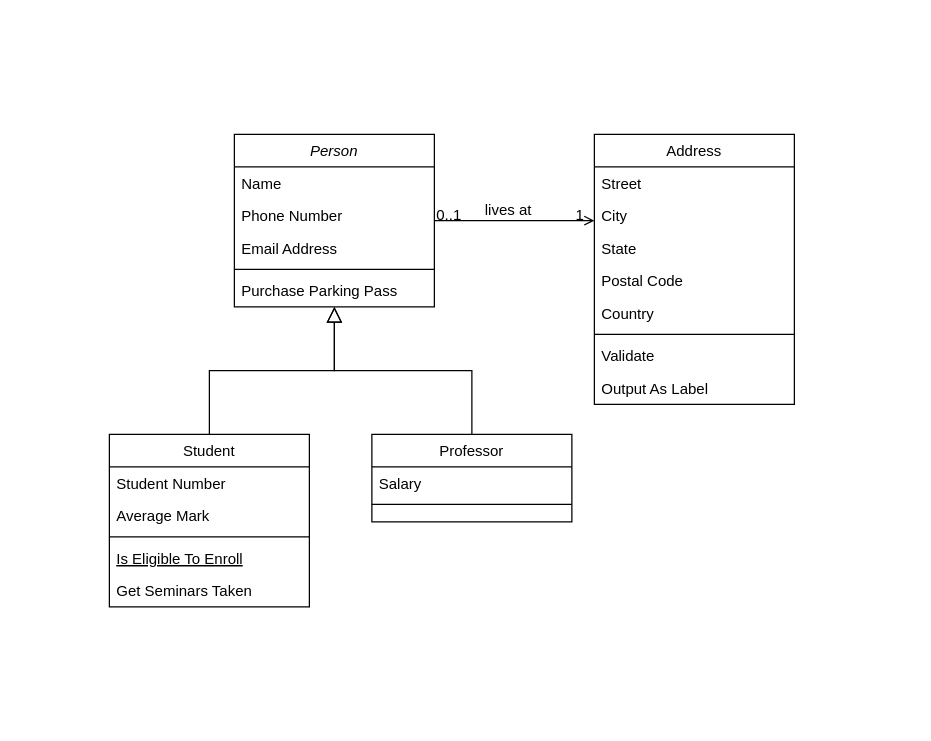
anis913/scooter-project keeps this draw.io diagram as Untitled Diagram.drawio. Above is the earlier version. Source tidied: cells renumbered, new cells numbered last; positions are measured from the earlier drawing's top-left corner, leaving out a move shared by most shapes. Both pictures are drawn from the tidied source at 125%, with x=0, y=0 at pixel (109, 134).
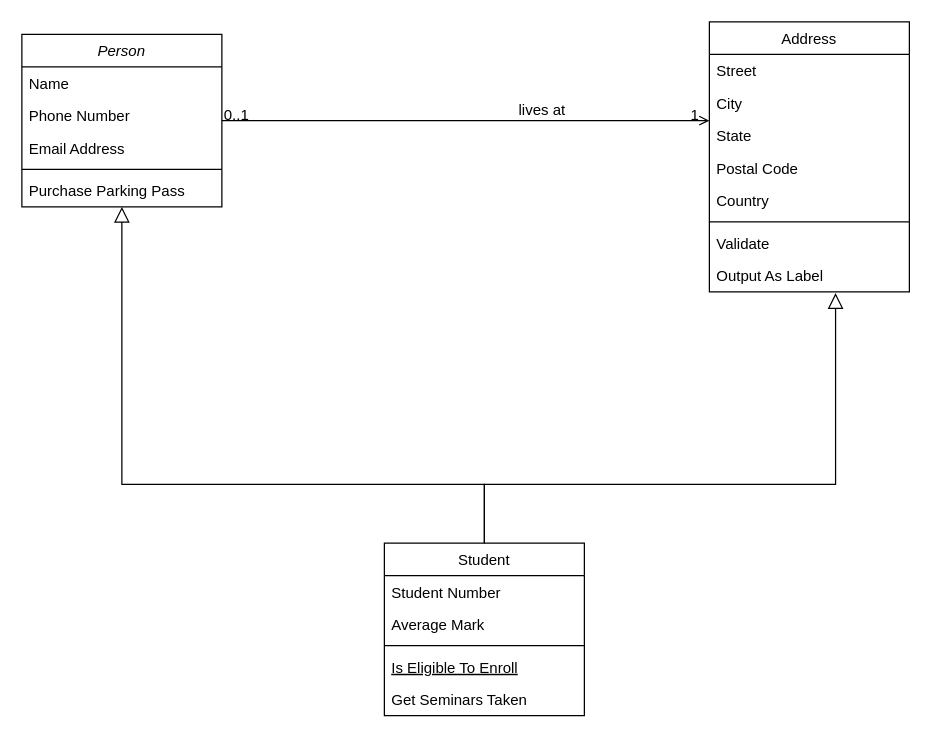
The same diagram, later.

The change refers to these unchanged cells:
```xml
<mxCell id="27" value="Output As Label" style="text;align=left;verticalAlign=top;spacingLeft=4;spacingRight=4;overflow=hidden;points=[[0,0.5],[1,0.5]];portConstraint=eastwest;" parent="19" vertex="1">
  <mxGeometry y="190" width="160" height="26" as="geometry" />
</mxCell>
```

The edit, as a diff of the source:
```diff
@@
     <mxCell id="2" value="Person" style="swimlane;fontStyle=2;align=center;verticalAlign=top;horizontal=1;startSize=26;rounded=0;shadow=0;strokeWidth=1;" parent="1" vertex="1">
-      <mxGeometry x="100" width="160" height="138" as="geometry" />
+      <mxGeometry x="-70" y="-80" width="160" height="138" as="geometry" />
     </mxCell>
@@
     <mxCell id="8" value="Student" style="swimlane;fontStyle=0;align=center;verticalAlign=top;horizontal=1;startSize=26;rounded=0;shadow=0;strokeWidth=1;" parent="1" vertex="1">
-      <mxGeometry y="240" width="160" height="138" as="geometry" />
+      <mxGeometry x="220" y="327" width="160" height="138" as="geometry" />
     </mxCell>
@@
     <mxCell id="14" style="endArrow=block;endSize=10;endFill=0;shadow=0;strokeWidth=1;rounded=0;edgeStyle=elbowEdgeStyle;elbow=vertical;" parent="1" edge="1" source="8" target="2">
-      <mxGeometry relative="1" as="geometry" />
+      <mxGeometry relative="1" as="geometry">
+        <Array as="points">
+          <mxPoint x="140" y="280" />
+        </Array>
+      </mxGeometry>
     </mxCell>
-    <mxCell id="15" value="Professor" style="swimlane;fontStyle=0;align=center;verticalAlign=top;horizontal=1;startSize=26;rounded=0;shadow=0;strokeWidth=1;" parent="1" vertex="1">
-      <mxGeometry x="210" y="240" width="160" height="70" as="geometry" />
-    </mxCell>
-    <mxCell id="16" value="Salary" style="text;align=left;verticalAlign=top;spacingLeft=4;spacingRight=4;overflow=hidden;" parent="15" vertex="1">
-      <mxGeometry y="26" width="160" height="26" as="geometry" />
-    </mxCell>
-    <mxCell id="17" style="line;html=1;strokeWidth=1;align=left;verticalAlign=middle;spacingTop=-1;spacingLeft=3;spacingRight=3;labelPosition=right;" parent="15" vertex="1">
-      <mxGeometry y="52" width="160" height="8" as="geometry" />
-    </mxCell>
-    <mxCell id="18" style="endArrow=block;endSize=10;endFill=0;shadow=0;strokeWidth=1;rounded=0;edgeStyle=elbowEdgeStyle;elbow=vertical;" parent="1" edge="1" source="15" target="2">
-      <mxGeometry relative="1" as="geometry" />
-    </mxCell>
     <mxCell id="19" value="Address" style="swimlane;fontStyle=0;align=center;verticalAlign=top;horizontal=1;startSize=26;rounded=0;shadow=0;strokeWidth=1;" parent="1" vertex="1">
-      <mxGeometry x="388" width="160" height="216" as="geometry" />
+      <mxGeometry x="480" y="-90" width="160" height="216" as="geometry" />
     </mxCell>
@@
+    <mxCell id="32" style="endArrow=block;endSize=10;endFill=0;shadow=0;strokeWidth=1;rounded=0;edgeStyle=elbowEdgeStyle;elbow=vertical;entryX=0.631;entryY=1.038;entryDx=0;entryDy=0;entryPerimeter=0;exitX=0.5;exitY=0;exitDx=0;exitDy=0;" parent="1" edge="1" source="8" target="27">
+      <mxGeometry relative="1" as="geometry">
+        <Array as="points">
+          <mxPoint x="420" y="280" />
+        </Array>
+      </mxGeometry>
+    </mxCell>
```
